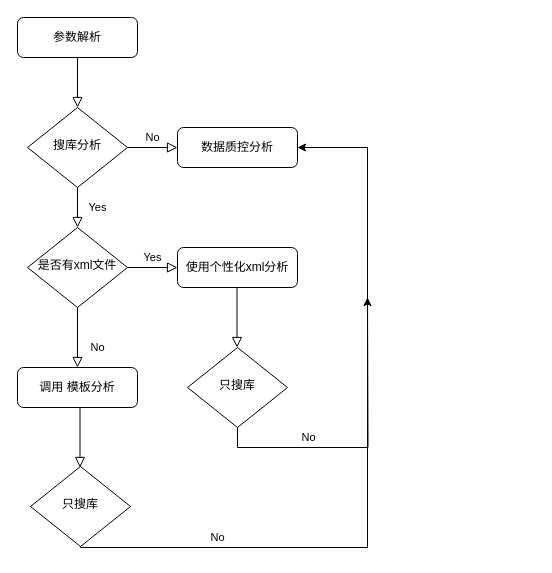
hanwenjuan/test keeps this draw.io diagram as 未命名绘图.drawio. Above is the earlier version. Source tidied: cells renumbered, new cells numbered last; positions are measured from the earlier drawing's top-left corner, leaving out a move shared by most shapes. Both pictures are drawn from the tidied source at 100%, with x=0, y=0 at pixel (17, 17).
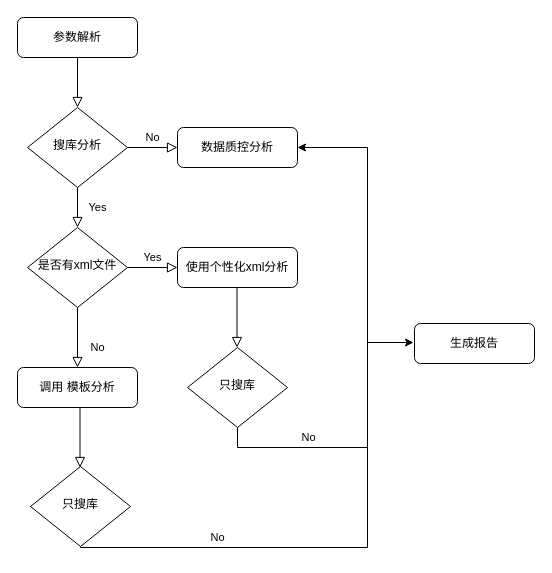
Above is the later version.

Commit message:
更新未命名绘图.drawio

The change refers to these unchanged cells:
```xml
<mxCell id="17" value="只搜库" style="rhombus;whiteSpace=wrap;html=1;shadow=0;fontFamily=Helvetica;fontSize=12;align=center;strokeWidth=1;spacing=6;spacingTop=-4;" parent="1" vertex="1">
  <mxGeometry x="170" y="330" width="100" height="80" as="geometry" />
</mxCell>
```

What changed in the source:
```diff
@@
     <mxCell id="16" style="edgeStyle=orthogonalEdgeStyle;rounded=0;jettySize=auto;html=1;exitX=0.5;exitY=1;exitDx=0;exitDy=0;" parent="1" edge="1" source="17">
       <mxGeometry relative="1" as="geometry">
-        <mxPoint x="350" y="280" as="targetPoint" />
+        <mxPoint x="396" y="325" as="targetPoint" />
+        <Array as="points">
+          <mxPoint x="220" y="430" />
+          <mxPoint x="350" y="430" />
+        </Array>
       </mxGeometry>
     </mxCell>
@@
+    <mxCell id="19" value="生成报告" style="rounded=1;whiteSpace=wrap;html=1;fontSize=12;glass=0;strokeWidth=1;shadow=0;" parent="1" vertex="1">
+      <mxGeometry x="397" y="306" width="120" height="40" as="geometry" />
+    </mxCell>
```
